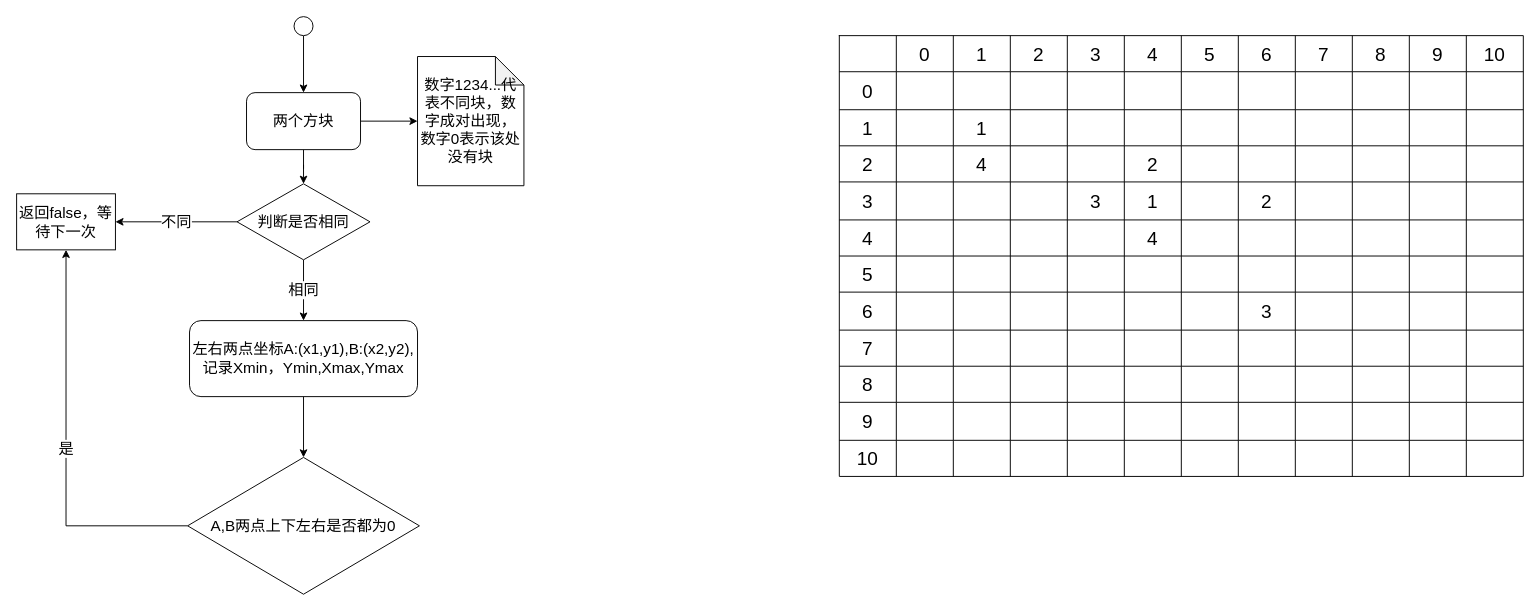
Before: Untitled Diagram.drawio in Jue-n/linkgame-1, a draw.io diagram. Source tidied: cells renumbered, new cells numbered last; positions are measured from the earlier drawing's top-left corner, leaving out a move shared by most shapes. Both pictures are drawn from the tidied source at 95%, with x=0, y=0 at pixel (16, 16).
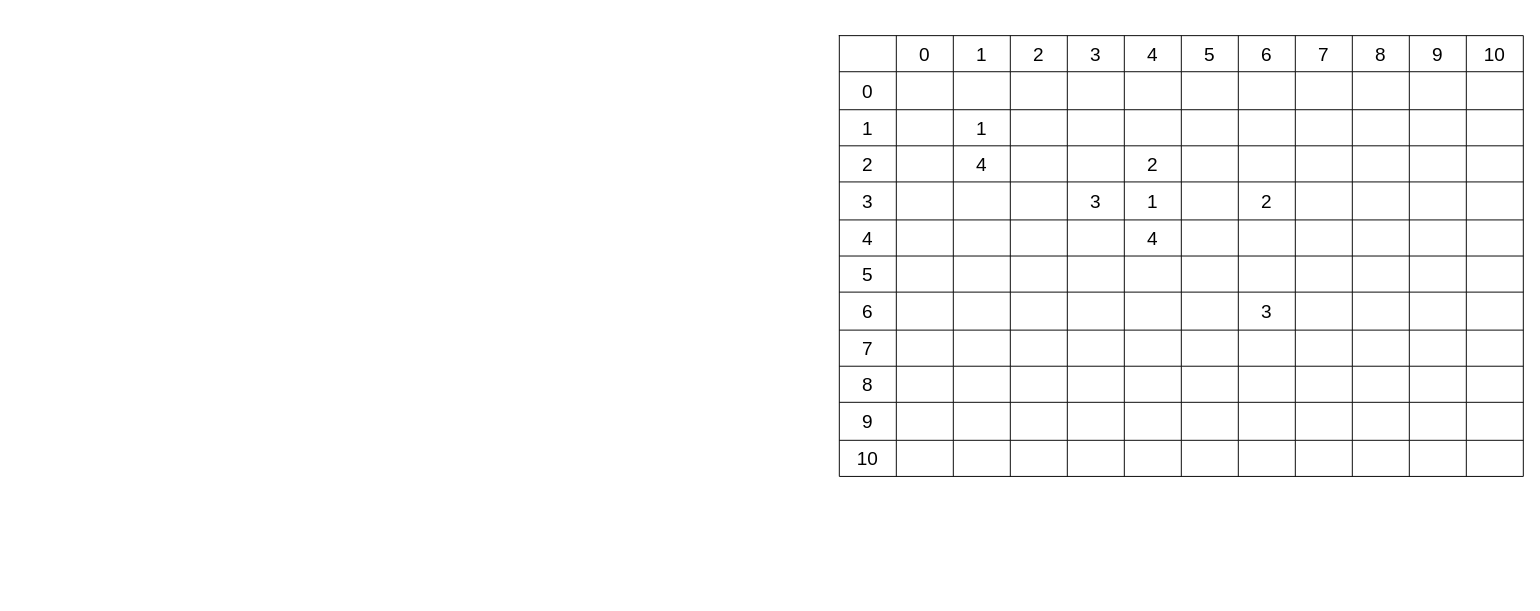
The same page after the edit.

Change to the diagram source:
```diff
@@
-    <mxCell id="2" style="edgeStyle=orthogonalEdgeStyle;rounded=0;jettySize=auto;html=1;entryX=0.5;entryY=0;entryDx=0;entryDy=0;fontSize=16;" parent="1" edge="1" source="3" target="6">
-      <mxGeometry relative="1" as="geometry" />
-    </mxCell>
-    <mxCell id="3" style="ellipse;whiteSpace=wrap;html=1;" parent="1" vertex="1">
-      <mxGeometry x="292" width="20" height="20" as="geometry" />
-    </mxCell>
-    <mxCell id="4" style="edgeStyle=orthogonalEdgeStyle;rounded=0;jettySize=auto;html=1;entryX=0.5;entryY=0;entryDx=0;entryDy=0;fontSize=16;" parent="1" edge="1" source="6" target="9">
-      <mxGeometry relative="1" as="geometry" />
-    </mxCell>
-    <mxCell id="5" style="edgeStyle=orthogonalEdgeStyle;rounded=0;jettySize=auto;html=1;entryX=0;entryY=0.5;entryDx=0;entryDy=0;entryPerimeter=0;fontSize=13;" parent="1" edge="1" source="6" target="172">
-      <mxGeometry relative="1" as="geometry" />
-    </mxCell>
-    <mxCell id="6" value="&lt;font style=&quot;font-size: 16px&quot;&gt;两个方块&lt;/font&gt;" style="rounded=1;whiteSpace=wrap;html=1;" parent="1" vertex="1">
-      <mxGeometry x="242" y="80" width="120" height="60" as="geometry" />
-    </mxCell>
-    <mxCell id="7" value="不同" style="edgeStyle=orthogonalEdgeStyle;rounded=0;jettySize=auto;html=1;fontSize=16;" parent="1" edge="1" source="9" target="10">
-      <mxGeometry relative="1" as="geometry" />
-    </mxCell>
-    <mxCell id="8" value="相同" style="edgeStyle=orthogonalEdgeStyle;rounded=0;jettySize=auto;html=1;entryX=0.5;entryY=0;entryDx=0;entryDy=0;fontSize=16;" parent="1" edge="1" source="9" target="12">
-      <mxGeometry relative="1" as="geometry" />
-    </mxCell>
-    <mxCell id="9" value="判断是否相同" style="rhombus;whiteSpace=wrap;html=1;fontSize=16;" parent="1" vertex="1">
-      <mxGeometry x="232" y="176" width="140" height="80" as="geometry" />
-    </mxCell>
-    <mxCell id="10" value="返回false，等待下一次" style="rounded=0;whiteSpace=wrap;html=1;fontSize=16;" parent="1" vertex="1">
-      <mxGeometry y="186.5" width="104" height="59" as="geometry" />
-    </mxCell>
-    <mxCell id="11" style="edgeStyle=orthogonalEdgeStyle;rounded=0;jettySize=auto;html=1;entryX=0.5;entryY=0;entryDx=0;entryDy=0;fontSize=16;" parent="1" edge="1" source="12" target="171">
-      <mxGeometry relative="1" as="geometry" />
-    </mxCell>
-    <mxCell id="12" value="左右两点坐标A:(x1,y1),B:(x2,y2),&lt;br&gt;记录Xmin，Ymin,Xmax,Ymax" style="rounded=1;whiteSpace=wrap;html=1;fontSize=16;" parent="1" vertex="1">
-      <mxGeometry x="182" y="320" width="240" height="80" as="geometry" />
-    </mxCell>
@@
-    <mxCell id="170" value="是" style="edgeStyle=orthogonalEdgeStyle;rounded=0;jettySize=auto;html=1;entryX=0.5;entryY=1;entryDx=0;entryDy=0;fontSize=16;" parent="1" edge="1" source="171" target="10">
-      <mxGeometry relative="1" as="geometry" />
-    </mxCell>
-    <mxCell id="171" value="&lt;font style=&quot;font-size: 16px&quot;&gt;A,B两点上下左右是否都为0&lt;/font&gt;" style="rhombus;whiteSpace=wrap;html=1;fontSize=13;" parent="1" vertex="1">
-      <mxGeometry x="180" y="464" width="244" height="144" as="geometry" />
-    </mxCell>
-    <mxCell id="172" value="&lt;font style=&quot;font-size: 16px&quot;&gt;数字1234...代表不同块，数字成对出现，数字0表示该处没有块&lt;/font&gt;" style="shape=note;whiteSpace=wrap;html=1;backgroundOutline=1;darkOpacity=0.05;fontSize=13;" parent="1" vertex="1">
-      <mxGeometry x="422" y="42" width="112" height="136" as="geometry" />
-    </mxCell>
```
